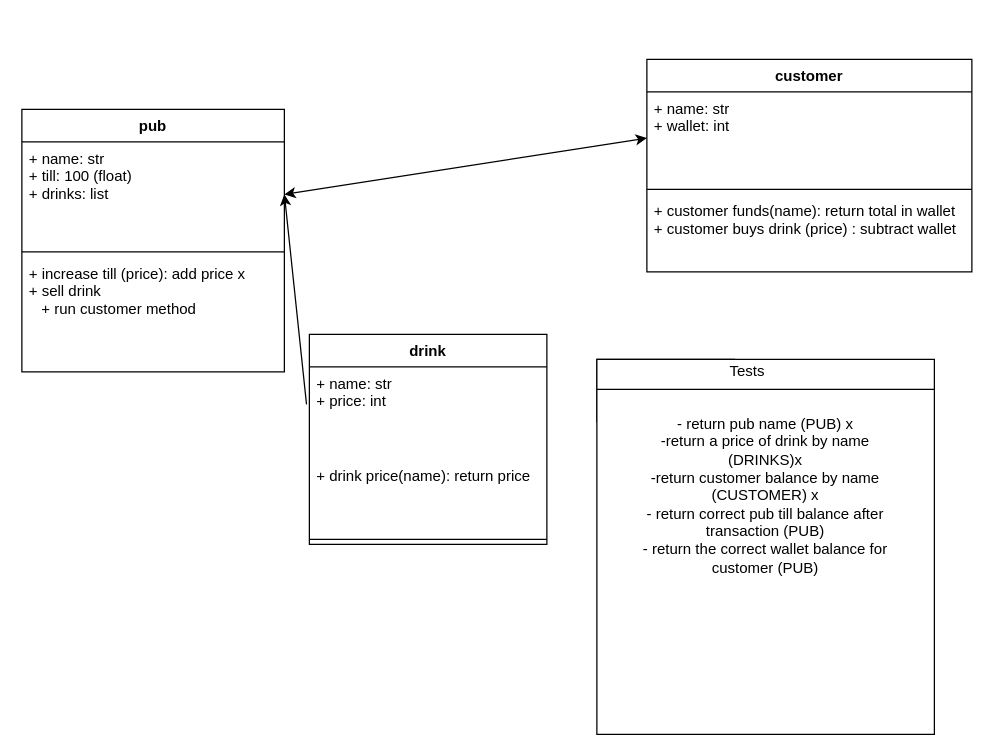
Earlier version of the draw.io diagram Pub_lab.drawio (kathleenedie/week2_pub_lab). Source tidied: cells renumbered, new cells numbered last; positions are measured from the earlier drawing's top-left corner, leaving out a move shared by most shapes. Both pictures are drawn from the tidied source at 125%, with x=0, y=0 at pixel (21, 59).
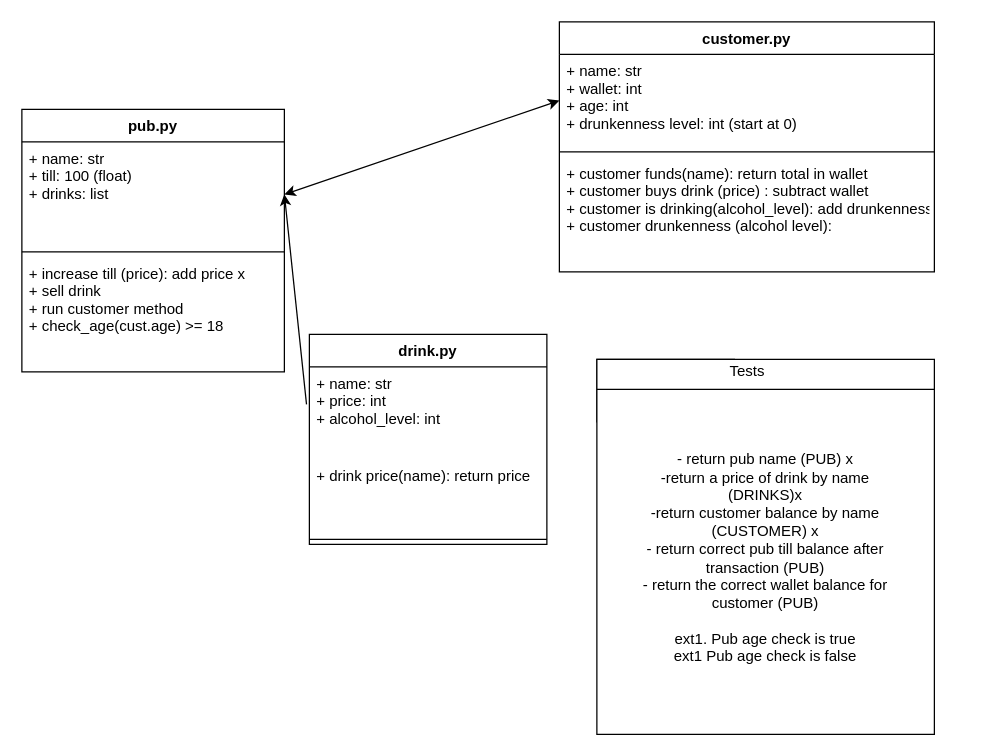
The same page after the edit.

What changed in the source:
```diff
@@
-    <mxCell id="2" value="drink" style="swimlane;fontStyle=1;align=center;verticalAlign=top;horizontal=1;startSize=26;" parent="1" vertex="1">
+    <mxCell id="2" value="drink.py" style="swimlane;fontStyle=1;align=center;verticalAlign=top;horizontal=1;startSize=26;" parent="1" vertex="1">
       <mxGeometry x="230" y="220" width="190" height="168" as="geometry" />
     </mxCell>
-    <mxCell id="3" value="+ name: str&#10;+ price: int&#10;" style="text;strokeColor=none;fillColor=none;align=left;verticalAlign=top;spacingLeft=4;spacingRight=4;overflow=hidden;points=[[0,0.5],[1,0.5]];portConstraint=eastwest;" parent="2" vertex="1">
+    <mxCell id="3" value="+ name: str&#10;+ price: int&#10;+ alcohol_level: int" style="text;strokeColor=none;fillColor=none;align=left;verticalAlign=top;spacingLeft=4;spacingRight=4;overflow=hidden;points=[[0,0.5],[1,0.5]];portConstraint=eastwest;" parent="2" vertex="1">
       <mxGeometry y="26" width="190" height="74" as="geometry" />
     </mxCell>
@@
-    <mxCell id="6" value="pub" style="swimlane;fontStyle=1;align=center;verticalAlign=top;horizontal=1;startSize=26;" parent="1" vertex="1">
+    <mxCell id="6" value="pub.py" style="swimlane;fontStyle=1;align=center;verticalAlign=top;horizontal=1;startSize=26;" parent="1" vertex="1">
       <mxGeometry y="40" width="210" height="210" as="geometry" />
     </mxCell>
@@
-    <mxCell id="9" value="+ increase till (price): add price x&#10;+ sell drink&#10;   + run customer method" style="text;strokeColor=none;fillColor=none;align=left;verticalAlign=top;spacingLeft=4;spacingRight=4;overflow=hidden;" parent="6" vertex="1">
+    <mxCell id="9" value="+ increase till (price): add price x&#10;+ sell drink&#10;+ run customer method&#10;+ check_age(cust.age) &gt;= 18" style="text;strokeColor=none;fillColor=none;align=left;verticalAlign=top;spacingLeft=4;spacingRight=4;overflow=hidden;" parent="6" vertex="1">
       <mxGeometry y="118" width="210" height="92" as="geometry" />
     </mxCell>
-    <mxCell id="10" value="customer" style="swimlane;fontStyle=1;align=center;verticalAlign=top;horizontal=1;startSize=26;" parent="1" vertex="1">
-      <mxGeometry x="500" width="260" height="170" as="geometry" />
+    <mxCell id="10" value="customer.py" style="swimlane;fontStyle=1;align=center;verticalAlign=top;horizontal=1;startSize=26;" parent="1" vertex="1">
+      <mxGeometry x="430" y="-30" width="300" height="200" as="geometry" />
     </mxCell>
-    <mxCell id="11" value="+ name: str&#10;+ wallet: int" style="text;strokeColor=none;fillColor=none;align=left;verticalAlign=top;spacingLeft=4;spacingRight=4;overflow=hidden;points=[[0,0.5],[1,0.5]];portConstraint=eastwest;" parent="10" vertex="1">
-      <mxGeometry y="26" width="260" height="74" as="geometry" />
+    <mxCell id="11" value="+ name: str&#10;+ wallet: int&#10;+ age: int&#10;+ drunkenness level: int (start at 0)&#10;" style="text;strokeColor=none;fillColor=none;align=left;verticalAlign=top;spacingLeft=4;spacingRight=4;overflow=hidden;points=[[0,0.5],[1,0.5]];portConstraint=eastwest;" parent="10" vertex="1">
+      <mxGeometry y="26" width="300" height="74" as="geometry" />
     </mxCell>
     <mxCell id="12" style="line;strokeWidth=1;fillColor=none;align=left;verticalAlign=middle;spacingTop=-1;spacingLeft=3;spacingRight=3;labelPosition=right;" parent="10" vertex="1">
-      <mxGeometry y="100" width="260" height="8" as="geometry" />
+      <mxGeometry y="100" width="300" height="8" as="geometry" />
     </mxCell>
-    <mxCell id="13" value="+ customer funds(name): return total in wallet&#10;+ customer buys drink (price) : subtract wallet" style="text;strokeColor=none;fillColor=none;align=left;verticalAlign=top;spacingLeft=4;spacingRight=4;overflow=hidden;" parent="10" vertex="1">
-      <mxGeometry y="108" width="260" height="62" as="geometry" />
+    <mxCell id="13" value="+ customer funds(name): return total in wallet&#10;+ customer buys drink (price) : subtract wallet&#10;+ customer is drinking(alcohol_level): add drunkenness&#10;+ customer drunkenness (alcohol level): " style="text;strokeColor=none;fillColor=none;align=left;verticalAlign=top;spacingLeft=4;spacingRight=4;overflow=hidden;" parent="10" vertex="1">
+      <mxGeometry y="108" width="300" height="92" as="geometry" />
     </mxCell>
@@
-    <mxCell id="20" value="- return pub name (PUB) x&lt;br&gt;-return a price of drink by name (DRINKS)x&lt;br&gt;-return customer balance by name (CUSTOMER) x&lt;br&gt;- return correct pub till balance after transaction (PUB)&lt;br&gt;- return the correct wallet balance for customer (PUB)" style="text;html=1;strokeColor=none;fillColor=none;align=center;verticalAlign=middle;whiteSpace=wrap;rounded=0;" parent="1" vertex="1">
-      <mxGeometry x="480" y="277" width="230" height="143" as="geometry" />
+    <mxCell id="20" value="- return pub name (PUB) x&lt;br&gt;-return a price of drink by name (DRINKS)x&lt;br&gt;-return customer balance by name (CUSTOMER) x&lt;br&gt;- return correct pub till balance after transaction (PUB)&lt;br&gt;- return the correct wallet balance for customer (PUB)&lt;br&gt;&lt;br&gt;ext1. Pub age check is true&lt;br&gt;ext1 Pub age check is false&lt;br&gt;" style="text;html=1;strokeColor=none;fillColor=none;align=center;verticalAlign=middle;whiteSpace=wrap;rounded=0;" parent="1" vertex="1">
+      <mxGeometry x="480" y="277" width="230" height="243" as="geometry" />
     </mxCell>
```
